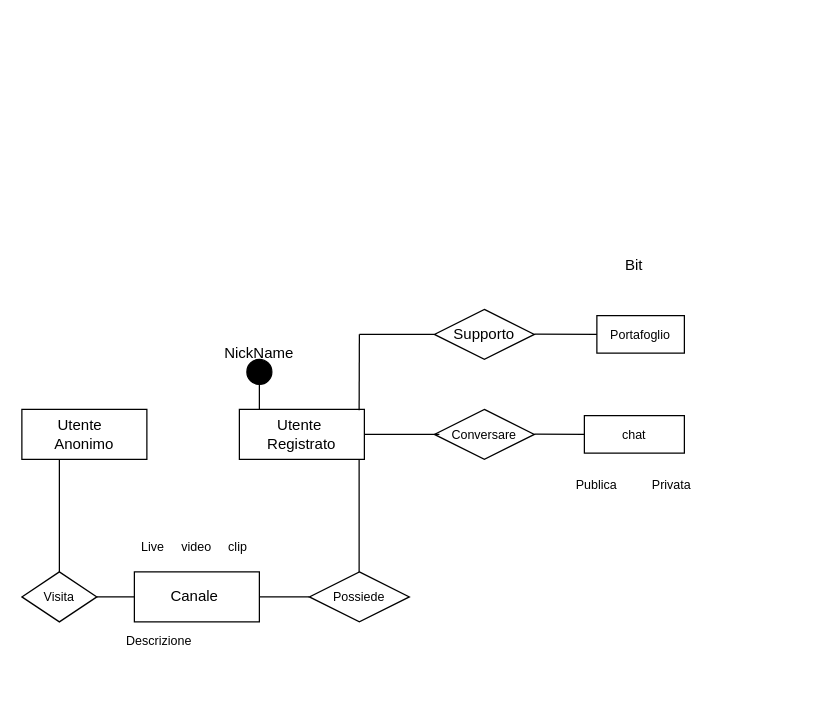
Popper002/Streaming-Service-Db-project-unito keeps this draw.io diagram as e_r_ridotto.drawio. Above is the earlier version. Source tidied: cells renumbered, new cells numbered last; positions are measured from the earlier drawing's top-left corner, leaving out a move shared by most shapes. Both pictures are drawn from the tidied source at 125%, with x=0, y=0 at pixel (21, 246).
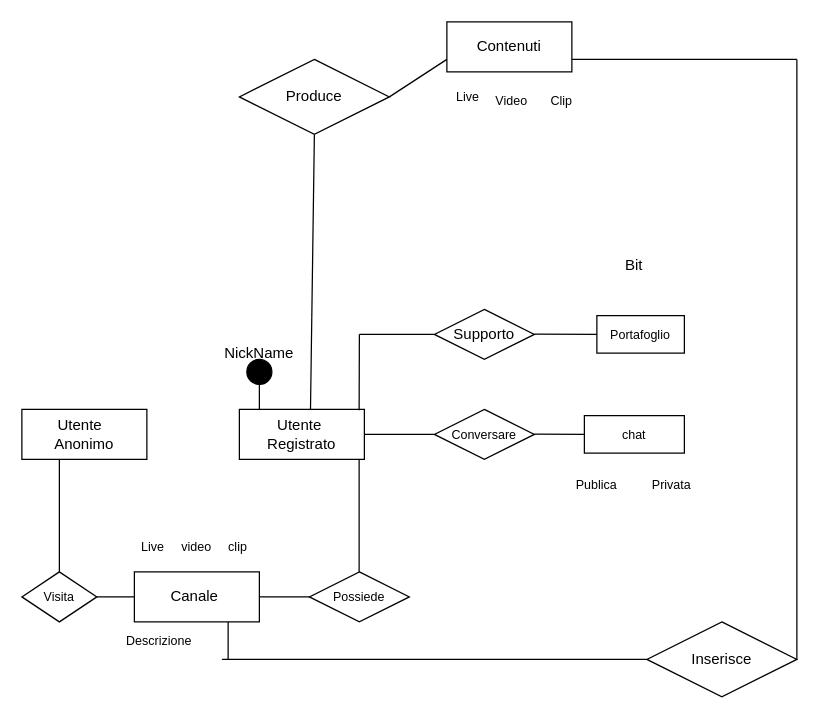
Above is the later version.

The change refers to these unchanged cells:
```xml
<mxCell id="3" value="Utente&amp;nbsp;&lt;br&gt;Registrato" style="whiteSpace=wrap;html=1;align=center;" parent="1" vertex="1">
  <mxGeometry x="174" y="130" width="100" height="40" as="geometry" />
</mxCell>
```

Diff of the diagram source:
```diff
@@
     <mxCell id="20" style="line;strokeWidth=1;dashed=0;labelPosition=right;align=left;verticalAlign=middle;spacingTop=0;spacingLeft=6;" parent="1" vertex="1">
-      <mxGeometry x="274" y="145" width="60" height="10" as="geometry" />
+      <mxGeometry x="274" y="145" width="56" height="10" as="geometry" />
     </mxCell>
@@
+    <mxCell id="30" style="endArrow=none;html=1;rounded=0;entryX=0.5;entryY=1;entryDx=0;entryDy=0;exitX=0.569;exitY=-0.001;exitDx=0;exitDy=0;exitPerimeter=0;" parent="1" edge="1" source="3" target="32">
+      <mxGeometry relative="1" as="geometry" />
+    </mxCell>
+    <mxCell id="31" value="Contenuti&lt;br&gt;" style="whiteSpace=wrap;html=1;align=center;" parent="1" vertex="1">
+      <mxGeometry x="340" y="-180" width="100" height="40" as="geometry" />
+    </mxCell>
+    <mxCell id="32" value="Produce" style="shape=rhombus;perimeter=rhombusPerimeter;whiteSpace=wrap;html=1;align=center;" parent="1" vertex="1">
+      <mxGeometry x="174" y="-150" width="120" height="60" as="geometry" />
+    </mxCell>
+    <mxCell id="33" style="endArrow=none;html=1;rounded=0;entryX=0;entryY=0.75;entryDx=0;entryDy=0;" parent="1" edge="1" target="31">
+      <mxGeometry relative="1" as="geometry">
+        <mxPoint x="294" y="-120" as="sourcePoint" />
+      </mxGeometry>
+    </mxCell>
+    <mxCell id="34" value="&lt;font style=&quot;font-size: 10px;&quot;&gt;Live&lt;/font&gt;" style="text;html=1;strokeColor=none;fillColor=none;align=center;verticalAlign=middle;whiteSpace=wrap;rounded=0;" parent="1" vertex="1">
+      <mxGeometry x="342" y="-130" width="30" height="20" as="geometry" />
+    </mxCell>
+    <mxCell id="35" value="&lt;font style=&quot;font-size: 10px;&quot;&gt;Video&lt;br&gt;&lt;br&gt;&lt;/font&gt;" style="text;html=1;strokeColor=none;fillColor=none;align=center;verticalAlign=middle;whiteSpace=wrap;rounded=0;" parent="1" vertex="1">
+      <mxGeometry x="374" y="-117.5" width="36" height="15" as="geometry" />
+    </mxCell>
+    <mxCell id="36" value="&lt;font style=&quot;font-size: 10px;&quot;&gt;Clip&lt;br&gt;&lt;br&gt;&lt;/font&gt;" style="text;html=1;strokeColor=none;fillColor=none;align=center;verticalAlign=middle;whiteSpace=wrap;rounded=0;" parent="1" vertex="1">
+      <mxGeometry x="414" y="-117.5" width="36" height="15" as="geometry" />
+    </mxCell>
+    <mxCell id="37" style="endArrow=none;html=1;rounded=0;" parent="1" edge="1">
+      <mxGeometry relative="1" as="geometry">
+        <mxPoint x="440" y="-150" as="sourcePoint" />
+        <mxPoint x="620" y="-150" as="targetPoint" />
+      </mxGeometry>
+    </mxCell>
+    <mxCell id="38" style="endArrow=none;html=1;rounded=0;" parent="1" edge="1">
+      <mxGeometry relative="1" as="geometry">
+        <mxPoint x="620" y="330" as="sourcePoint" />
+        <mxPoint x="620" y="-150" as="targetPoint" />
+      </mxGeometry>
+    </mxCell>
+    <mxCell id="39" value="Inserisce" style="shape=rhombus;perimeter=rhombusPerimeter;whiteSpace=wrap;html=1;align=center;" parent="1" vertex="1">
+      <mxGeometry x="500" y="300" width="120" height="60" as="geometry" />
+    </mxCell>
+    <mxCell id="40" style="endArrow=none;html=1;rounded=0;" parent="1" edge="1">
+      <mxGeometry relative="1" as="geometry">
+        <mxPoint x="160" y="330" as="sourcePoint" />
+        <mxPoint x="500" y="330" as="targetPoint" />
+      </mxGeometry>
+    </mxCell>
+    <mxCell id="41" style="endArrow=none;html=1;rounded=0;" parent="1" edge="1">
+      <mxGeometry relative="1" as="geometry">
+        <mxPoint x="165" y="300" as="sourcePoint" />
+        <mxPoint x="165" y="330" as="targetPoint" />
+      </mxGeometry>
+    </mxCell>
```
